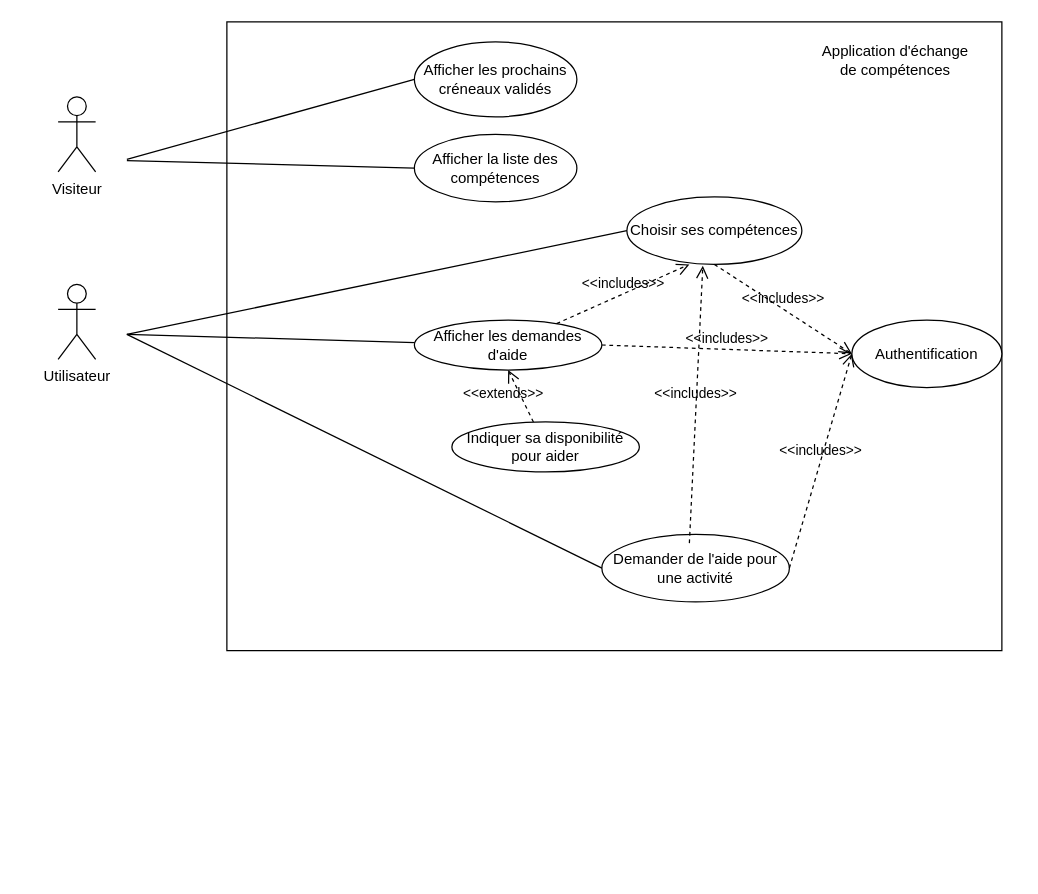
This is docs/evaldjango_use_cases.drawio from severinehmfms/evaldjango, a draw.io file, before an edit. Source tidied: cells renumbered, new cells numbered last; positions are measured from the earlier drawing's top-left corner, leaving out a move shared by most shapes. Both pictures are drawn from the tidied source at 125%, with x=0, y=0 at pixel (58, 21).
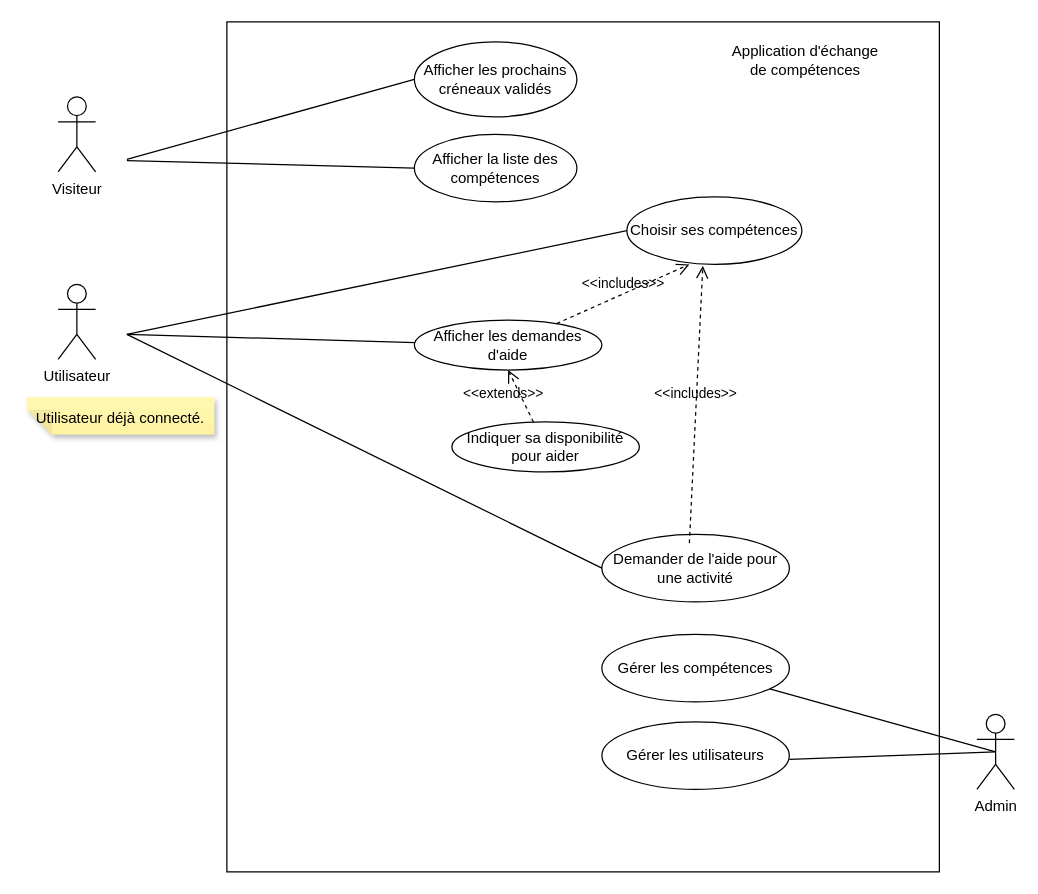
The same diagram, later.

Commit message (it also covers changes not shown here):
Mise à jour du diagramme des cas d'utilisations

The change refers to these unchanged cells:
```xml
<mxCell id="8" value="Choisir ses compétences" style="ellipse;whiteSpace=wrap;html=1;" parent="1" vertex="1">
  <mxGeometry x="455" y="140" width="140" height="54" as="geometry" />
</mxCell>
<mxCell id="11" value="Demander de l'aide pour une activité" style="ellipse;whiteSpace=wrap;html=1;" parent="1" vertex="1">
  <mxGeometry x="435" y="410" width="150" height="54" as="geometry" />
</mxCell>
<mxCell id="16" value="Afficher les demandes d'aide" style="ellipse;whiteSpace=wrap;html=1;" parent="1" vertex="1">
  <mxGeometry x="285" y="238.5" width="150" height="40" as="geometry" />
</mxCell>
```

Diff of the diagram source:
```diff
@@
     <mxCell id="2" style="rounded=0;whiteSpace=wrap;html=1;" parent="1" vertex="1">
-      <mxGeometry x="135" width="620" height="503" as="geometry" />
+      <mxGeometry x="135" width="570" height="680" as="geometry" />
     </mxCell>
@@
     <mxCell id="10" value="Application d'échange de compétences" style="text;html=1;whiteSpace=wrap;strokeColor=none;fillColor=none;align=center;verticalAlign=middle;rounded=0;" parent="1" vertex="1">
-      <mxGeometry x="605" y="16" width="130" height="30" as="geometry" />
+      <mxGeometry x="533" y="16" width="130" height="30" as="geometry" />
     </mxCell>
@@
-    <mxCell id="15" value="Authentification" style="ellipse;whiteSpace=wrap;html=1;" parent="1" vertex="1">
-      <mxGeometry x="635" y="238.5" width="120" height="54" as="geometry" />
-    </mxCell>
@@
-    <mxCell id="19" value="&amp;lt;&amp;lt;includes&amp;gt;&amp;gt;" style="endArrow=open;startArrow=none;endFill=0;startFill=0;endSize=8;html=1;verticalAlign=bottom;dashed=1;labelBackgroundColor=none;rounded=0;exitX=1;exitY=0.5;exitDx=0;exitDy=0;entryX=0;entryY=0.5;entryDx=0;entryDy=0;" parent="1" edge="1" source="11" target="15">
-      <mxGeometry relative="1" as="geometry" />
-    </mxCell>
-    <mxCell id="20" value="&amp;lt;&amp;lt;includes&amp;gt;&amp;gt;" style="endArrow=open;startArrow=none;endFill=0;startFill=0;endSize=8;html=1;verticalAlign=bottom;dashed=1;labelBackgroundColor=none;rounded=0;exitX=0.5;exitY=1;exitDx=0;exitDy=0;entryX=0;entryY=0.5;entryDx=0;entryDy=0;" parent="1" edge="1" source="8" target="15">
-      <mxGeometry relative="1" as="geometry" />
-    </mxCell>
-    <mxCell id="21" value="&amp;lt;&amp;lt;includes&amp;gt;&amp;gt;" style="endArrow=open;startArrow=none;endFill=0;startFill=0;endSize=8;html=1;verticalAlign=bottom;dashed=1;labelBackgroundColor=none;rounded=0;exitX=1;exitY=0.5;exitDx=0;exitDy=0;entryX=0;entryY=0.5;entryDx=0;entryDy=0;" parent="1" edge="1" source="16" target="15">
-      <mxGeometry relative="1" as="geometry" />
-    </mxCell>
@@
+    <mxCell id="24" value="Admin" style="shape=umlActor;verticalLabelPosition=bottom;verticalAlign=top;html=1;outlineConnect=0;labelPerimeter=1;" parent="1" vertex="1">
+      <mxGeometry x="735" y="554" width="30" height="60" as="geometry" />
+    </mxCell>
+    <mxCell id="25" value="Gérer les compétences" style="ellipse;whiteSpace=wrap;html=1;" parent="1" vertex="1">
+      <mxGeometry x="435" y="490" width="150" height="54" as="geometry" />
+    </mxCell>
+    <mxCell id="26" value="Gérer les utilisateurs" style="ellipse;whiteSpace=wrap;html=1;" parent="1" vertex="1">
+      <mxGeometry x="435" y="560" width="150" height="54" as="geometry" />
+    </mxCell>
+    <mxCell id="27" style="endArrow=none;html=1;rounded=0;entryX=0.5;entryY=0.5;entryDx=0;entryDy=0;entryPerimeter=0;" parent="1" edge="1" source="25" target="24">
+      <mxGeometry relative="1" as="geometry" />
+    </mxCell>
+    <mxCell id="28" style="endArrow=none;html=1;rounded=0;entryX=0.5;entryY=0.5;entryDx=0;entryDy=0;entryPerimeter=0;" parent="1" edge="1" target="24">
+      <mxGeometry relative="1" as="geometry">
+        <mxPoint x="585" y="590" as="sourcePoint" />
+      </mxGeometry>
+    </mxCell>
+    <mxCell id="29" value="&lt;font style=&quot;font-size: 12px;&quot;&gt;Utilisateur déjà connecté.&lt;/font&gt;" style="shape=note;whiteSpace=wrap;html=1;backgroundOutline=1;autosizeText=1;fontColor=#000000;darkOpacity=0.05;fillColor=#FFF9B2;strokeColor=none;fillStyle=solid;fontSize=18;direction=west;gradientDirection=north;gradientColor=#FFF2A1;shadow=1;size=20;" parent="1" vertex="1">
+      <mxGeometry x="-25" y="300" width="150" height="30" as="geometry" />
+    </mxCell>
```
